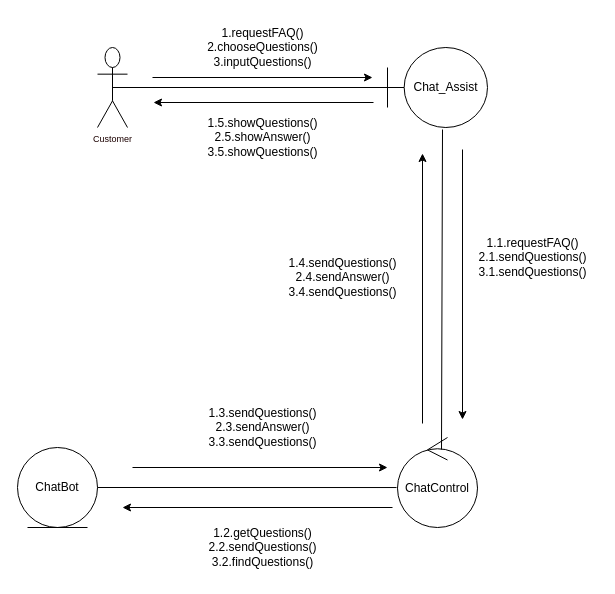
The draw.io diagram page "Page-2" (2 of 2) of Request Durian info and FAQ.drawio in munkeawtoast/isad-diagrams, before the edit. Source tidied: cells renumbered, new cells numbered last; positions are measured from the earlier drawing's top-left corner, leaving out a move shared by most shapes. Both pictures are drawn from the tidied source at 100%, with x=0, y=0 at pixel (17, 17).
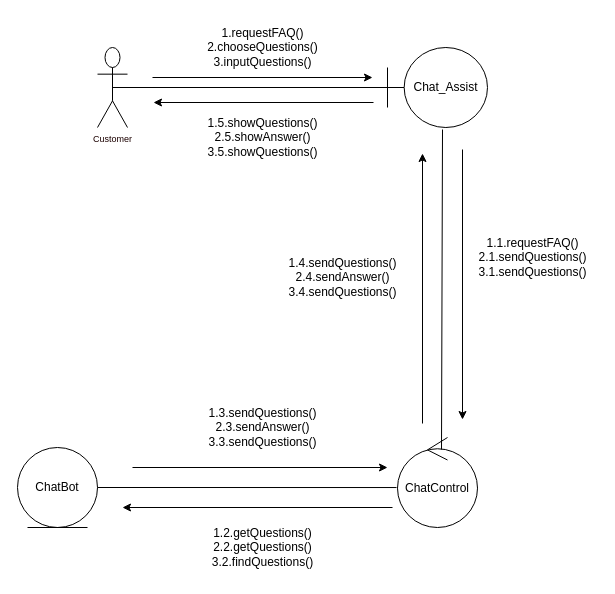
The same page after the edit.

What changed in the source:
```diff
@@
-    <mxCell id="17" value="1.2.getQuestions()&lt;br&gt;2.2.sendQuestions()&lt;br&gt;3.2.findQuestions()" style="text;html=1;align=center;verticalAlign=middle;strokeColor=none;fillColor=none;" parent="1" vertex="1">
-      <mxGeometry x="180" y="500" width="130" height="60" as="geometry" />
+    <mxCell id="17" value="1.2.getQuestions()&lt;br&gt;2.2.getQuestions()&lt;br&gt;3.2.findQuestions()" style="text;html=1;align=center;verticalAlign=middle;strokeColor=none;fillColor=none;" parent="1" vertex="1">
+      <mxGeometry x="185" y="500" width="120" height="60" as="geometry" />
     </mxCell>
```
